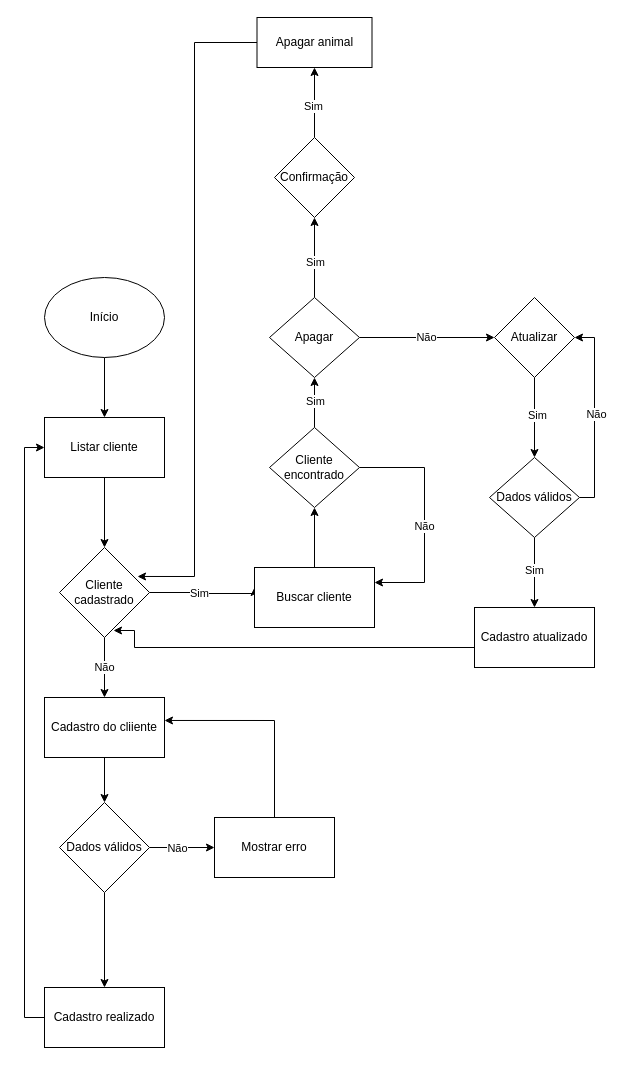
This is page "Página-1" (1 of 7) of DOC/fluxograma.drawio from juliareis14/avatar.app, a draw.io file, before an edit. Source tidied: cells renumbered, new cells numbered last; positions are measured from the earlier drawing's top-left corner, leaving out a move shared by most shapes. Both pictures are drawn from the tidied source at 100%, with x=0, y=0 at pixel (24, 17).
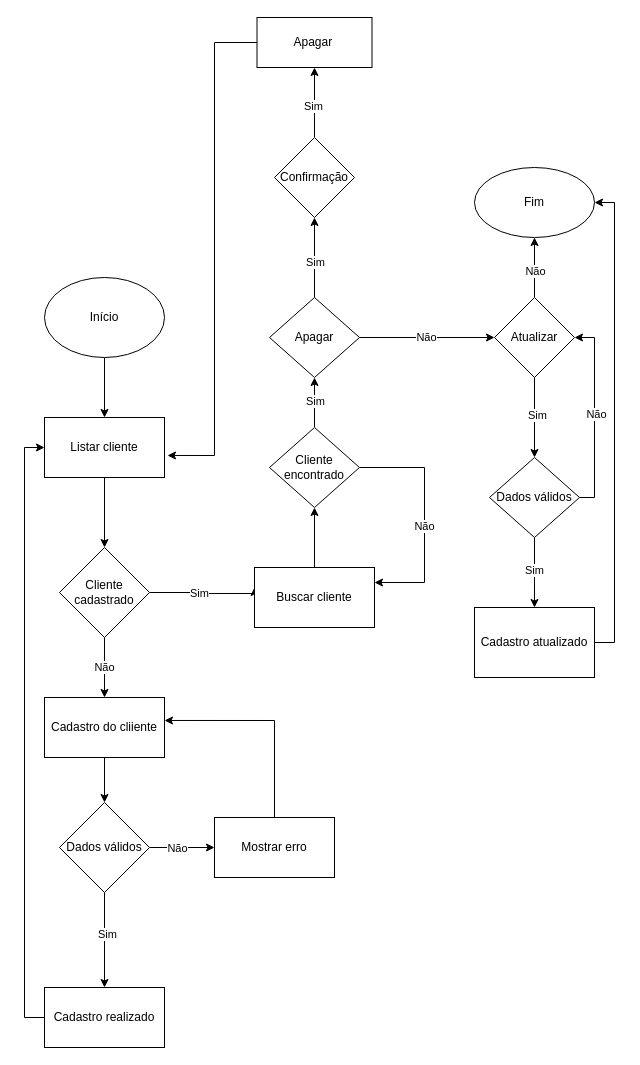
The same page after the edit.

Unchanged cells that the change refers to:
```xml
<mxCell id="5" value="Listar cliente" style="whiteSpace=wrap;html=1;" parent="1" vertex="1">
  <mxGeometry x="20" y="400" width="120" height="60" as="geometry" />
</mxCell>
<mxCell id="10" value="Cliente cadastrado" style="rhombus;whiteSpace=wrap;html=1;" parent="1" vertex="1">
  <mxGeometry x="35" y="530" width="90" height="90" as="geometry" />
</mxCell>
<mxCell id="28" style="edgeStyle=orthogonalEdgeStyle;rounded=0;jettySize=auto;html=1;" parent="1" edge="1" source="29" target="47">
  <mxGeometry relative="1" as="geometry" />
</mxCell>
<mxCell id="32" value="Atualizar" style="rhombus;whiteSpace=wrap;html=1;rounded=0;" parent="1" vertex="1">
  <mxGeometry x="470" y="280" width="80" height="80" as="geometry" />
</mxCell>
```

Change to the diagram source:
```diff
@@
+    <mxCell id="49" value="Sim" style="edgeLabel;html=1;align=center;verticalAlign=middle;" parent="28" vertex="1">
+      <mxGeometry x="-0.14" y="2" relative="1" as="geometry" />
+    </mxCell>
@@
+    <mxCell id="50" style="edgeStyle=orthogonalEdgeStyle;rounded=0;jettySize=auto;html=1;" parent="1" edge="1" source="32" target="55">
+      <mxGeometry relative="1" as="geometry" />
+    </mxCell>
+    <mxCell id="51" value="Não" style="edgeLabel;html=1;align=center;verticalAlign=middle;" parent="50" vertex="1">
+      <mxGeometry x="-0.1" relative="1" as="geometry" />
+    </mxCell>
@@
-    <mxCell id="36" value="Apagar animal" style="whiteSpace=wrap;html=1;rounded=0;" parent="1" vertex="1">
+    <mxCell id="36" value="Apagar&amp;nbsp;" style="whiteSpace=wrap;html=1;rounded=0;" parent="1" vertex="1">
       <mxGeometry x="232.5" width="115" height="50" as="geometry" />
     </mxCell>
@@
+    <mxCell id="52" style="edgeStyle=orthogonalEdgeStyle;rounded=0;jettySize=auto;html=1;entryX=1;entryY=0.5;entryDx=0;entryDy=0;" parent="1" edge="1" source="42" target="55">
+      <mxGeometry relative="1" as="geometry">
+        <Array as="points">
+          <mxPoint x="590" y="625" />
+          <mxPoint x="590" y="185" />
+        </Array>
+      </mxGeometry>
+    </mxCell>
     <mxCell id="42" value="Cadastro atualizado" style="whiteSpace=wrap;html=1;rounded=0;" parent="1" vertex="1">
-      <mxGeometry x="450" y="590" width="120" height="60" as="geometry" />
+      <mxGeometry x="450" y="590" width="120" height="70" as="geometry" />
     </mxCell>
-    <mxCell id="43" style="edgeStyle=orthogonalEdgeStyle;rounded=0;jettySize=auto;html=1;entryX=0.6;entryY=0.922;entryDx=0;entryDy=0;entryPerimeter=0;" parent="1" edge="1" source="42" target="10">
-      <mxGeometry relative="1" as="geometry">
-        <Array as="points">
-          <mxPoint x="110" y="630" />
-          <mxPoint x="110" y="613" />
-        </Array>
-      </mxGeometry>
-    </mxCell>
@@
-    <mxCell id="48" style="edgeStyle=orthogonalEdgeStyle;rounded=0;jettySize=auto;html=1;entryX=0.867;entryY=0.322;entryDx=0;entryDy=0;entryPerimeter=0;" parent="1" edge="1" source="36" target="10">
-      <mxGeometry relative="1" as="geometry">
-        <Array as="points">
-          <mxPoint x="170" y="25" />
-          <mxPoint x="170" y="559" />
-        </Array>
-      </mxGeometry>
-    </mxCell>
+    <mxCell id="53" style="edgeStyle=orthogonalEdgeStyle;rounded=0;orthogonalLoop=1;jettySize=auto;html=1;exitX=0.5;exitY=1;exitDx=0;exitDy=0;" parent="1" edge="1" source="42" target="42">
+      <mxGeometry relative="1" as="geometry" />
+    </mxCell>
+    <mxCell id="54" style="edgeStyle=orthogonalEdgeStyle;rounded=0;jettySize=auto;html=1;entryX=1.025;entryY=0.633;entryDx=0;entryDy=0;entryPerimeter=0;" parent="1" edge="1" source="36" target="5">
+      <mxGeometry relative="1" as="geometry">
+        <Array as="points">
+          <mxPoint x="190" y="25" />
+          <mxPoint x="190" y="438" />
+        </Array>
+      </mxGeometry>
+    </mxCell>
+    <mxCell id="55" value="Fim" style="ellipse;whiteSpace=wrap;html=1;" parent="1" vertex="1">
+      <mxGeometry x="450" y="150" width="120" height="70" as="geometry" />
+    </mxCell>
```
